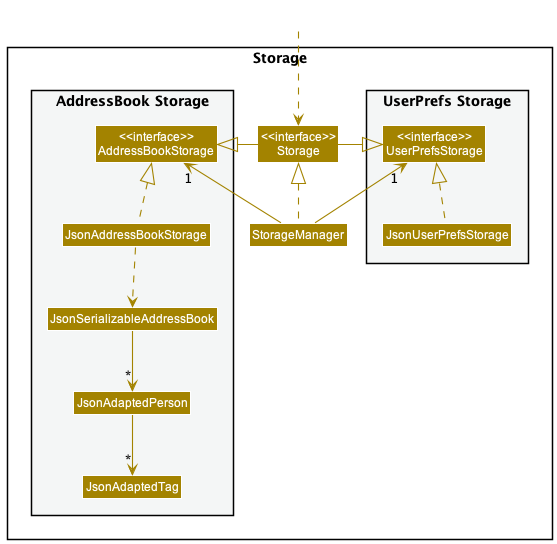
Before: docs/images/StorageClassDiagram.png, a diagram exported from PlantUML (nus-cs2103-AY2223S2/tp).
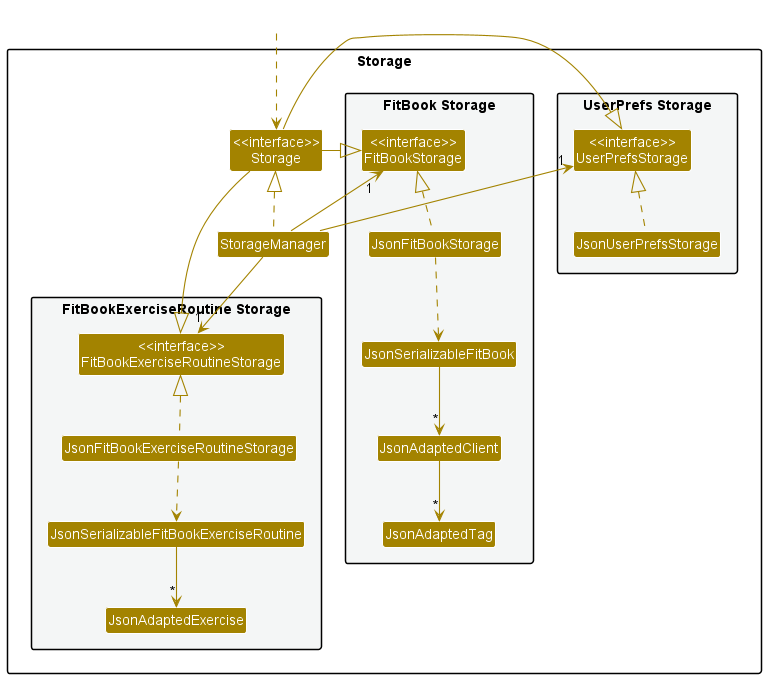
After the commit.

What changed in the source:
```diff
@@ -14,14 +14,20 @@
 Class "<<interface>>\nStorage" as Storage
 Class StorageManager
 
-package "AddressBook Storage" #F4F6F6{
-Class "<<interface>>\nAddressBookStorage" as AddressBookStorage
-Class JsonAddressBookStorage
-Class JsonSerializableAddressBook
-Class JsonAdaptedPerson
+package "FitBook Storage" #F4F6F6{
+Class "<<interface>>\nFitBookStorage" as FitBookStorage
+Class JsonFitBookStorage
+Class JsonSerializableFitBook
+Class JsonAdaptedClient
 Class JsonAdaptedTag
 }
 
+package "FitBookExerciseRoutine Storage" #F4F6F6{
+Class "<<interface>>\nFitBookExerciseRoutineStorage" as FitBookExerciseRoutineStorage
+Class JsonFitBookExerciseRoutineStorage
+Class JsonSerializableFitBookExerciseRoutine
+Class JsonAdaptedExercise
+}
 }
 
 Class HiddenOutside #FFFFFF
@@ -29,15 +35,19 @@
 
 StorageManager .up.|> Storage
 StorageManager -up-> "1" UserPrefsStorage
-StorageManager -up-> "1" AddressBookStorage
+StorageManager -up-> "1" FitBookStorage
+StorageManager -down-> "1" FitBookExerciseRoutineStorage
 
 Storage -left-|> UserPrefsStorage
-Storage -right-|> AddressBookStorage
+Storage -right-|> FitBookStorage
+Storage -left-|> FitBookExerciseRoutineStorage
 
 JsonUserPrefsStorage .up.|> UserPrefsStorage
-JsonAddressBookStorage .up.|> AddressBookStorage
-JsonAddressBookStorage ..> JsonSerializableAddressBook
-JsonSerializableAddressBook --> "*" JsonAdaptedPerson
-JsonAdaptedPerson --> "*" JsonAdaptedTag
-
+JsonFitBookStorage .up.|> FitBookStorage
+JsonFitBookStorage ..> JsonSerializableFitBook
+JsonSerializableFitBook --> "*" JsonAdaptedClient
+JsonAdaptedClient --> "*" JsonAdaptedTag
+JsonFitBookExerciseRoutineStorage .up.|> FitBookExerciseRoutineStorage
+JsonFitBookExerciseRoutineStorage ..> JsonSerializableFitBookExerciseRoutine
+JsonSerializableFitBookExerciseRoutine --> "*" JsonAdaptedExercise
 @enduml
```
